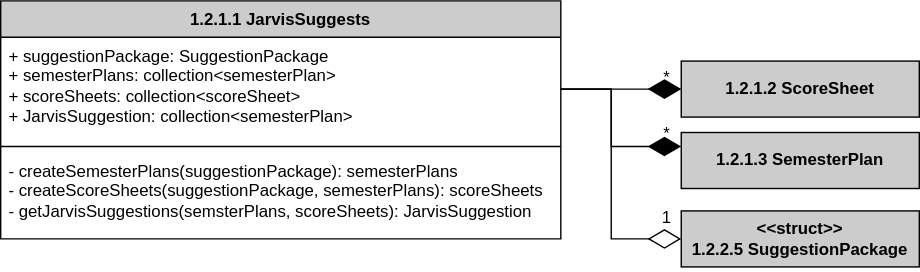
The draw.io diagram Logic/TeamTwoFiles/JarvisSuggestClass.drawio.svg in MckennahPalmer/CSE430, before a commit. Source tidied: cells renumbered, new cells last; positions are measured from the earlier drawing's top-left corner, leaving out a move shared by most shapes.
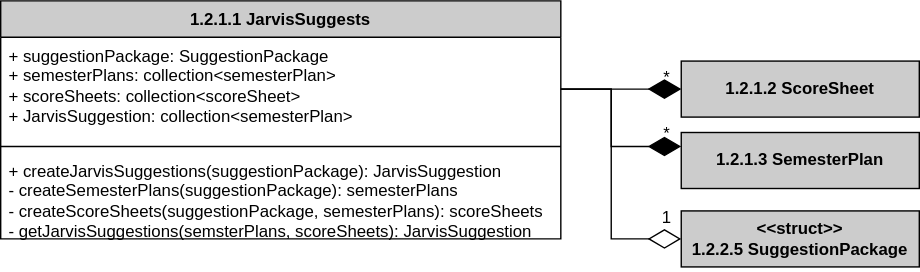
The same file after the commit.

Commit message:
Added missing method

Change to the diagram source:
```diff
@@ -11,7 +11,7 @@
     <mxCell id="4" style="line;strokeWidth=1;fillColor=none;align=left;verticalAlign=middle;spacingTop=-1;spacingLeft=3;spacingRight=3;labelPosition=right;strokeColor=inherit;" parent="2" vertex="1">
       <mxGeometry y="100" width="400" height="8" as="geometry" />
     </mxCell>
-    <mxCell id="5" value="&lt;div&gt;- createSemesterPlans(suggestionPackage): semesterPlans&lt;/div&gt;&lt;div&gt;- createScoreSheets(&lt;span style=&quot;background-color: initial;&quot;&gt;suggestionPackage, semesterPlans): scoreSheets&amp;nbsp;&lt;/span&gt;&lt;/div&gt;&lt;div&gt;&lt;span style=&quot;background-color: initial;&quot;&gt;- getJarvisSuggestions(semsterPlans, scoreSheets): JarvisSuggestion&lt;/span&gt;&lt;/div&gt;" style="text;strokeColor=none;fillColor=none;align=left;verticalAlign=top;spacingLeft=4;spacingRight=4;overflow=hidden;whiteSpace=wrap;html=1;" parent="2" vertex="1">
+    <mxCell id="5" value="&lt;div&gt;&lt;span style=&quot;background-color: initial;&quot;&gt;+ createJarvisSuggestions(suggestionPackage): JarvisSuggestion&lt;/span&gt;&lt;/div&gt;&lt;div&gt;- createSemesterPlans(suggestionPackage): semesterPlans&lt;/div&gt;&lt;div&gt;- createScoreSheets(&lt;span style=&quot;background-color: initial;&quot;&gt;suggestionPackage, semesterPlans): scoreSheets&amp;nbsp;&lt;/span&gt;&lt;/div&gt;&lt;div&gt;&lt;span style=&quot;background-color: initial;&quot;&gt;- getJarvisSuggestions(semsterPlans, scoreSheets): JarvisSuggestion&lt;/span&gt;&lt;/div&gt;" style="text;strokeColor=none;fillColor=none;align=left;verticalAlign=top;spacingLeft=4;spacingRight=4;overflow=hidden;whiteSpace=wrap;html=1;" parent="2" vertex="1">
       <mxGeometry y="108" width="400" height="62" as="geometry" />
     </mxCell>
     <mxCell id="6" style="edgeStyle=orthogonalEdgeStyle;rounded=0;jettySize=auto;html=1;exitX=1;exitY=0.5;exitDx=0;exitDy=0;entryX=0;entryY=0.5;entryDx=0;entryDy=0;endArrow=diamondThin;endFill=1;endSize=21;" parent="1" edge="1" source="3" target="11">
```
